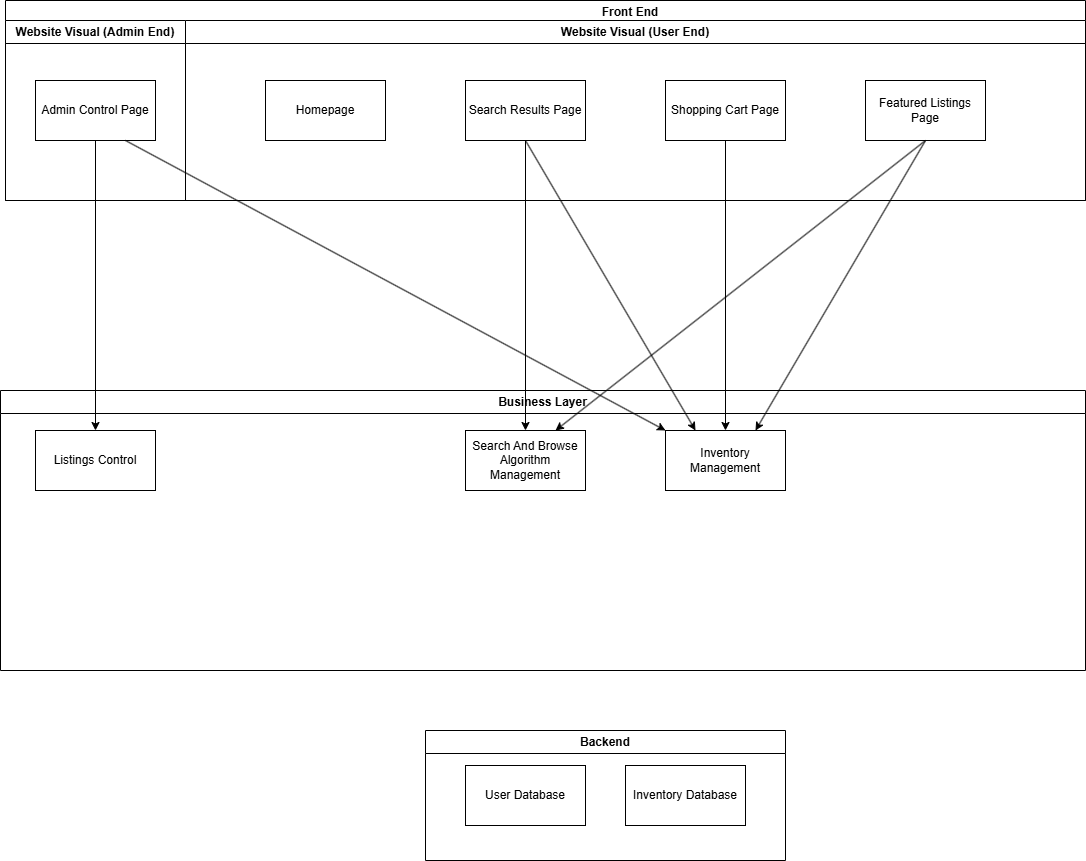
Above: Use Case Diagrams/Architecture_Diagram/Architecture_Diagram.drawio.png in gavinbarry60/group8 (draw.io), before the change. Source tidied: cells renumbered, new cells last; positions are measured from the earlier drawing's top-left corner, leaving out a move shared by most shapes.
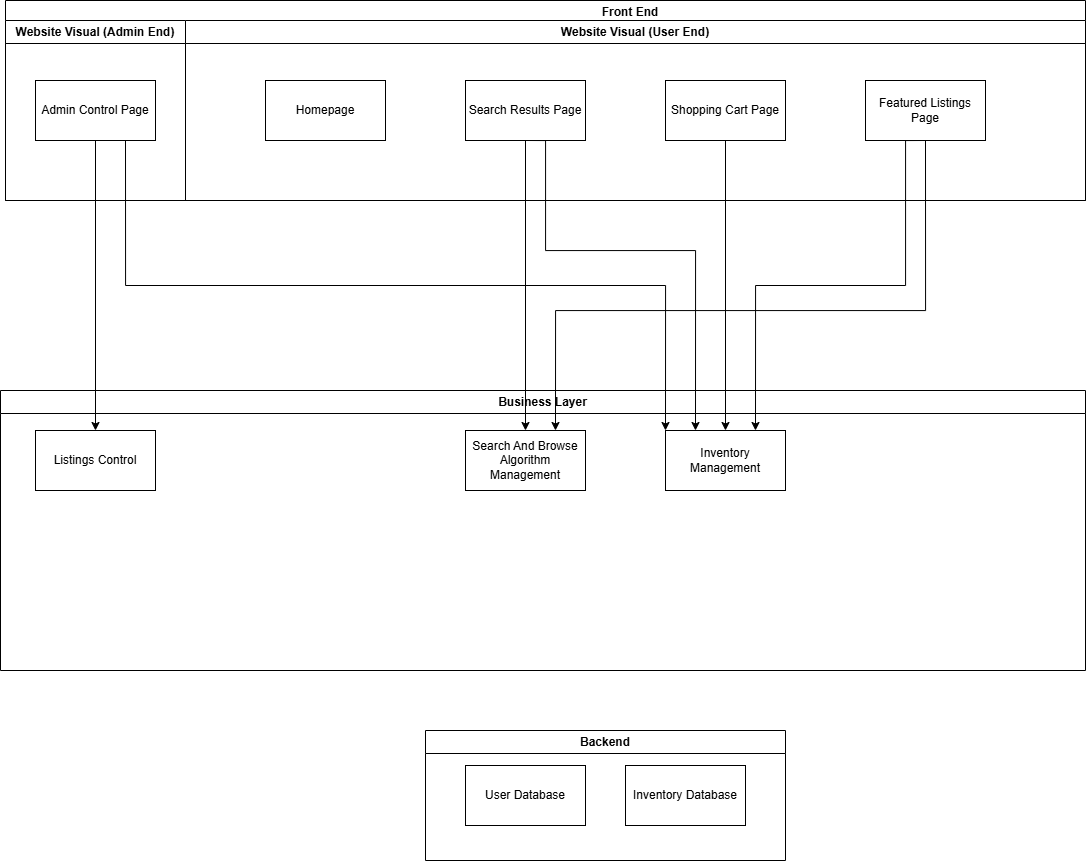
After the commit.

The edit, as a diff of the source:
```diff
@@ -50,22 +50,39 @@
     <mxCell id="17" style="endArrow=classic;html=1;rounded=0;exitX=0.5;exitY=1;exitDx=0;exitDy=0;entryX=0.5;entryY=0;entryDx=0;entryDy=0;" parent="1" edge="1" source="7" target="12">
       <mxGeometry relative="1" as="geometry" />
     </mxCell>
-    <mxCell id="18" style="endArrow=classic;html=1;rounded=0;exitX=0.5;exitY=1;exitDx=0;exitDy=0;entryX=0.75;entryY=0;entryDx=0;entryDy=0;" parent="1" edge="1" source="9" target="12">
-      <mxGeometry relative="1" as="geometry" />
+    <mxCell id="18" style="endArrow=classic;html=1;rounded=0;exitX=0.5;exitY=1;exitDx=0;exitDy=0;entryX=0.75;entryY=0;entryDx=0;entryDy=0;edgeStyle=orthogonalEdgeStyle;" parent="1" edge="1" source="9" target="12">
+      <mxGeometry relative="1" as="geometry">
+        <Array as="points">
+          <mxPoint x="925" y="310" />
+          <mxPoint x="555" y="310" />
+        </Array>
+      </mxGeometry>
     </mxCell>
     <mxCell id="19" style="endArrow=classic;html=1;rounded=0;exitX=0.5;exitY=1;exitDx=0;exitDy=0;entryX=0.5;entryY=0;entryDx=0;entryDy=0;" parent="1" edge="1" source="8" target="11">
       <mxGeometry relative="1" as="geometry" />
     </mxCell>
-    <mxCell id="20" style="rounded=0;jettySize=auto;html=1;exitX=0.5;exitY=1;exitDx=0;exitDy=0;entryX=0.25;entryY=0;entryDx=0;entryDy=0;" parent="1" edge="1" source="7" target="11">
-      <mxGeometry relative="1" as="geometry" />
+    <mxCell id="20" style="rounded=0;jettySize=auto;html=1;exitX=0.5;exitY=1;exitDx=0;exitDy=0;entryX=0.25;entryY=0;entryDx=0;entryDy=0;edgeStyle=orthogonalEdgeStyle;" parent="1" edge="1" source="7" target="11">
+      <mxGeometry relative="1" as="geometry">
+        <Array as="points">
+          <mxPoint x="545" y="140" />
+          <mxPoint x="545" y="250" />
+          <mxPoint x="695" y="250" />
+        </Array>
+      </mxGeometry>
     </mxCell>
-    <mxCell id="21" style="endArrow=classic;html=1;rounded=0;entryX=0.75;entryY=0;entryDx=0;entryDy=0;exitX=0.5;exitY=1;exitDx=0;exitDy=0;" parent="1" edge="1" source="9" target="11">
-      <mxGeometry relative="1" as="geometry" />
+    <mxCell id="21" style="endArrow=classic;html=1;rounded=0;entryX=0.75;entryY=0;entryDx=0;entryDy=0;exitX=0.5;exitY=1;exitDx=0;exitDy=0;edgeStyle=orthogonalEdgeStyle;" parent="1" edge="1" source="9" target="11">
+      <mxGeometry relative="1" as="geometry">
+        <Array as="points">
+          <mxPoint x="905" y="140" />
+          <mxPoint x="905" y="285" />
+          <mxPoint x="755" y="285" />
+        </Array>
+      </mxGeometry>
     </mxCell>
     <mxCell id="22" style="endArrow=classic;html=1;rounded=0;exitX=0.5;exitY=1;exitDx=0;exitDy=0;entryX=0.5;entryY=0;entryDx=0;entryDy=0;" parent="1" edge="1" source="4" target="13">
       <mxGeometry relative="1" as="geometry" />
     </mxCell>
-    <mxCell id="23" style="endArrow=classic;html=1;rounded=0;exitX=0.75;exitY=1;exitDx=0;exitDy=0;entryX=0;entryY=0;entryDx=0;entryDy=0;" parent="1" edge="1" source="4" target="11">
+    <mxCell id="23" style="endArrow=classic;html=1;rounded=0;exitX=0.75;exitY=1;exitDx=0;exitDy=0;entryX=0;entryY=0;entryDx=0;entryDy=0;edgeStyle=orthogonalEdgeStyle;" parent="1" edge="1" source="4" target="11">
       <mxGeometry relative="1" as="geometry" />
     </mxCell>
   </root>
```
